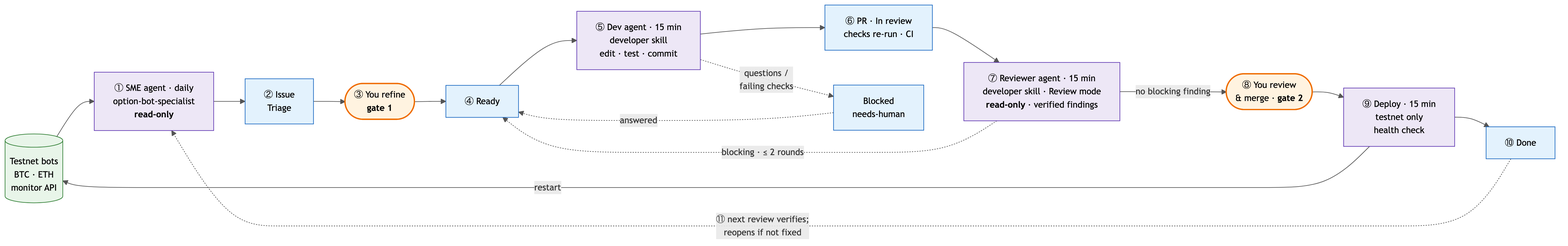
Before: docs/agentic_workflow.png, a diagram exported from Mermaid (rchau73/optionsBot). Its source is kept beside it as docs/agentic_workflow.mmd.
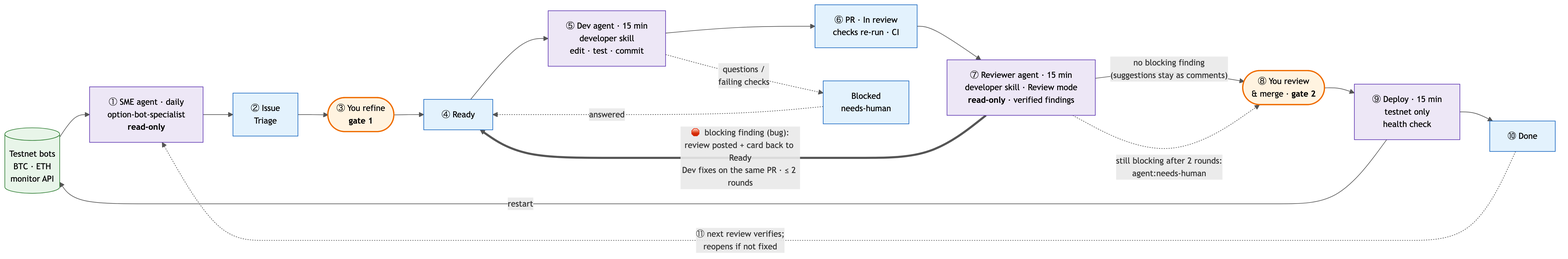
After the change.

Commit message:
Diagram: show the Reviewer sending a PR with a blocking finding back to Ready

What changed in the source:
```diff
@@ -12,8 +12,9 @@
     DONE["⑩ Done"]
     BLK["Blocked<br/>needs-human"]
 
-    BOTS --> SME --> TRI --> H1 --> READY --> DEV --> PR --> REV -->|no blocking finding| H2 --> DEP --> DONE
-    REV -.->|"blocking · ≤ 2 rounds"| READY
+    BOTS --> SME --> TRI --> H1 --> READY --> DEV --> PR --> REV -->|"no blocking finding<br/>(suggestions stay as comments)"| H2 --> DEP --> DONE
+    REV ==>|"🛑 blocking finding (bug):<br/>review posted + card back to Ready<br/>Dev fixes on the same PR · ≤ 2 rounds"| READY
+    REV -.->|"still blocking after 2 rounds:<br/>agent:needs-human"| H2
     DEP -->|restart| BOTS
     DEV -.->|questions /<br/>failing checks| BLK -.->|answered| READY
     DONE -.->|"⑪ next review verifies;<br/>reopens if not fixed"| SME
```
